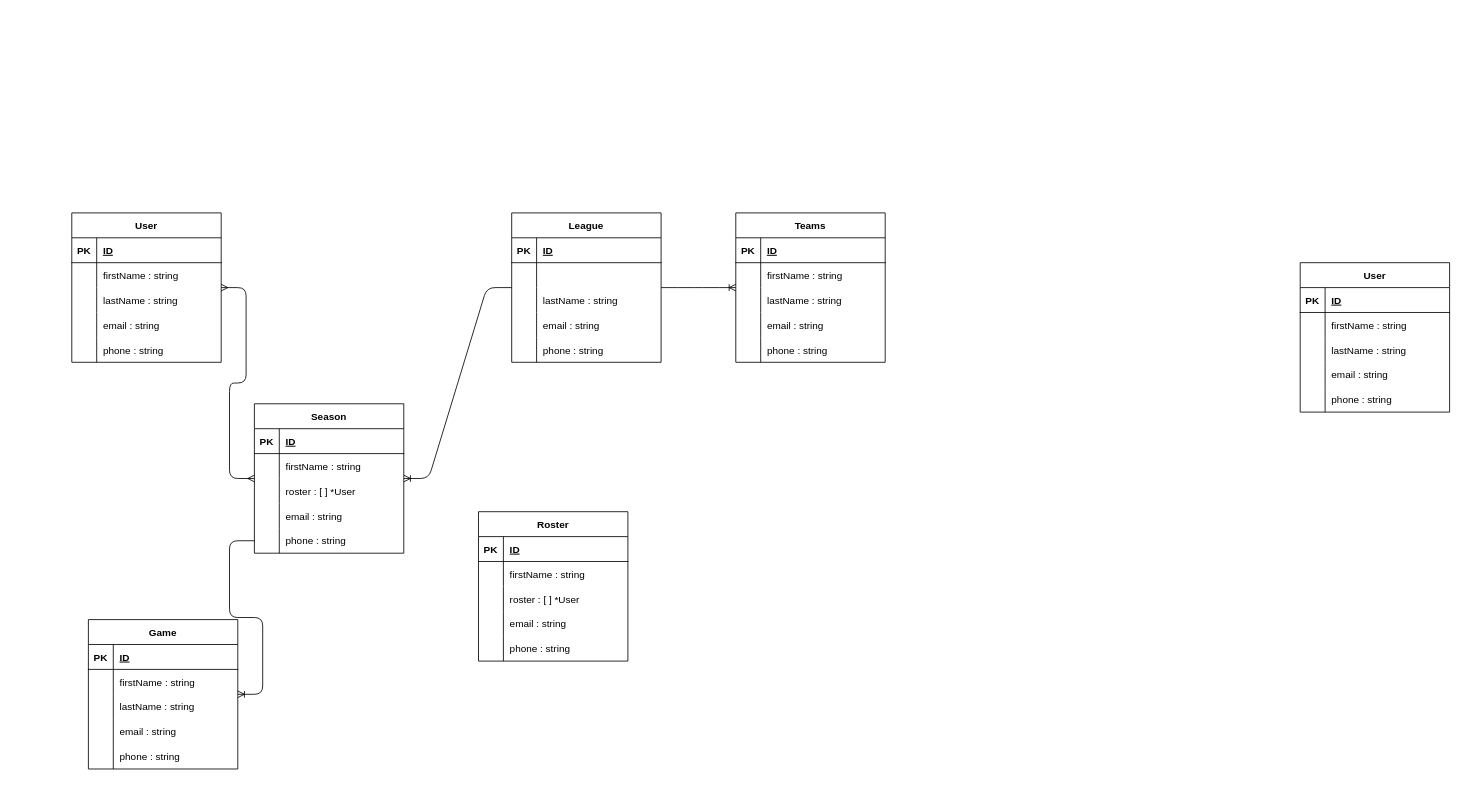
This is design/database.drawio from jak103/powerplay, a draw.io file, before an edit. Source tidied: cells renumbered, new cells numbered last; positions are measured from the earlier drawing's top-left corner, leaving out a move shared by most shapes. Both pictures are drawn from the tidied source at 83%, with x=0, y=0 at pixel (71, 212).
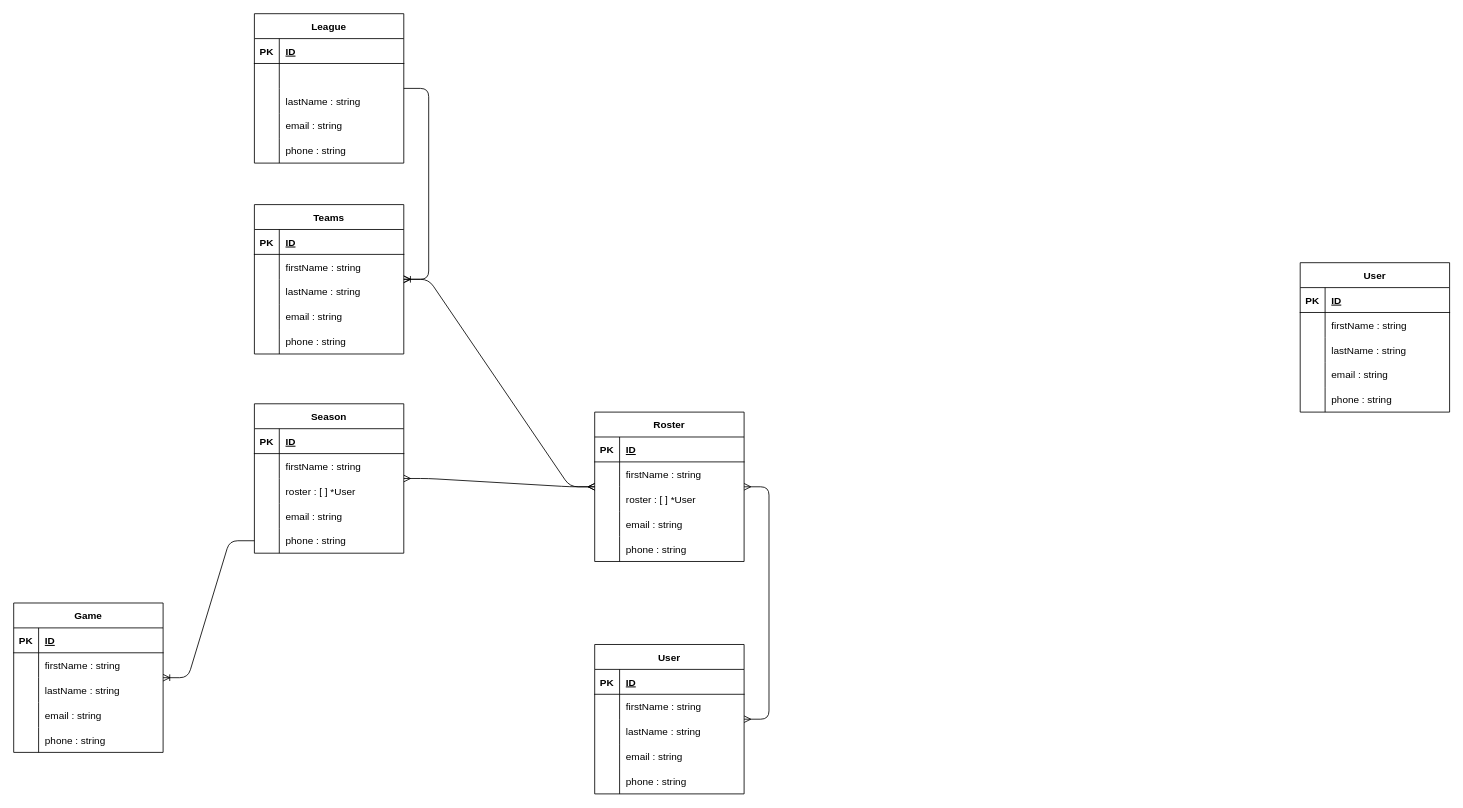
The same page after the edit.

Unchanged cells that the change refers to:
```xml
<mxCell id="51" value="Season" style="shape=table;startSize=30;childLayout=tableLayout;rowLines=0;fontStyle=1;align=center;" parent="1" vertex="1">
  <mxGeometry x="220" y="230" width="180" height="180" as="geometry" />
</mxCell>
```

What changed in the source:
```diff
@@
     <mxCell id="18" value="League" style="shape=table;startSize=30;childLayout=tableLayout;rowLines=0;fontStyle=1;align=center;" parent="1" vertex="1">
-      <mxGeometry x="530" width="180" height="180" as="geometry" />
+      <mxGeometry x="220" y="-240" width="180" height="180" as="geometry" />
     </mxCell>
@@
     <mxCell id="34" value="Teams" style="shape=table;startSize=30;childLayout=tableLayout;rowLines=0;fontStyle=1;align=center;" parent="1" vertex="1">
-      <mxGeometry x="800" width="180" height="180" as="geometry" />
+      <mxGeometry x="220" y="-10" width="180" height="180" as="geometry" />
     </mxCell>
@@
-    <mxCell id="67" style="edgeStyle=entityRelationEdgeStyle;fontSize=12;html=1;endArrow=ERoneToMany;" parent="1" edge="1" source="18" target="51">
-      <mxGeometry relative="1" as="geometry" />
-    </mxCell>
     <mxCell id="68" value="Game" style="shape=table;startSize=30;childLayout=tableLayout;rowLines=0;fontStyle=1;align=center;" parent="1" vertex="1">
-      <mxGeometry x="20" y="490" width="180" height="180" as="geometry" />
+      <mxGeometry x="-70" y="470" width="180" height="180" as="geometry" />
     </mxCell>
@@
     <mxCell id="85" value="User" style="shape=table;startSize=30;childLayout=tableLayout;rowLines=0;fontStyle=1;align=center;" parent="1" vertex="1">
-      <mxGeometry width="180" height="180" as="geometry" />
+      <mxGeometry x="630" y="520" width="180" height="180" as="geometry" />
     </mxCell>
@@
-    <mxCell id="101" style="edgeStyle=entityRelationEdgeStyle;fontSize=12;html=1;endArrow=ERmany;startArrow=ERmany;" parent="1" edge="1" source="85" target="51">
+    <mxCell id="101" style="edgeStyle=entityRelationEdgeStyle;fontSize=12;html=1;endArrow=ERmany;startArrow=ERmany;" parent="1" edge="1" source="85" target="102">
       <mxGeometry relative="1" as="geometry" />
     </mxCell>
     <mxCell id="102" value="Roster" style="shape=table;startSize=30;childLayout=tableLayout;rowLines=0;fontStyle=1;align=center;" parent="1" vertex="1">
-      <mxGeometry x="490" y="360" width="180" height="180" as="geometry" />
+      <mxGeometry x="630" y="240" width="180" height="180" as="geometry" />
     </mxCell>
@@
+    <mxCell id="118" style="edgeStyle=entityRelationEdgeStyle;fontSize=12;html=1;endArrow=ERmany;startArrow=ERmany;" parent="1" edge="1" source="51" target="102">
+      <mxGeometry relative="1" as="geometry" />
+    </mxCell>
+    <mxCell id="119" style="edgeStyle=entityRelationEdgeStyle;fontSize=12;html=1;endArrow=ERmany;startArrow=ERmany;" parent="1" edge="1" source="34" target="102">
+      <mxGeometry relative="1" as="geometry" />
+    </mxCell>
```
